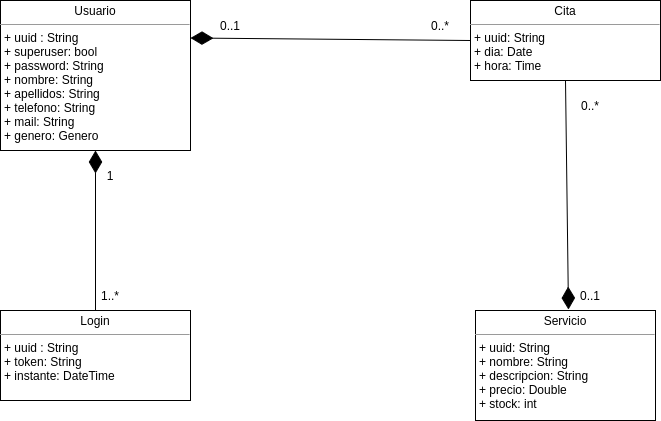
Above: Diagramas/peluqueria.png in Nerd-Geek/PeluqueriaDAM (draw.io), before the change. Source tidied: cells renumbered, new cells last; positions are measured from the earlier drawing's top-left corner, leaving out a move shared by most shapes.
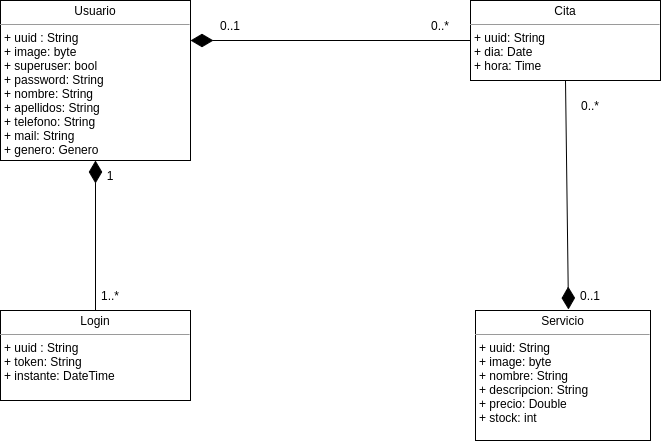
The same diagram one commit later.

Commit message:
Modificado-diagrama

Diff of the diagram source:
```diff
@@ -2,14 +2,14 @@
   <root>
     <mxCell id="0" />
     <mxCell id="1" parent="0" />
-    <mxCell id="2" value="&lt;p style=&quot;margin: 0px ; margin-top: 4px ; text-align: center&quot;&gt;Usuario&lt;/p&gt;&lt;hr size=&quot;1&quot;&gt;&lt;p style=&quot;margin: 0px ; margin-left: 4px&quot;&gt;+ uuid : String&lt;br&gt;&lt;/p&gt;&lt;p style=&quot;margin: 0px ; margin-left: 4px&quot;&gt;+ superuser: bool&lt;/p&gt;&lt;p style=&quot;margin: 0px ; margin-left: 4px&quot;&gt;+ password: String&lt;/p&gt;&lt;p style=&quot;margin: 0px ; margin-left: 4px&quot;&gt;+ nombre: String&lt;/p&gt;&lt;p style=&quot;margin: 0px ; margin-left: 4px&quot;&gt;+ apellidos: String&lt;/p&gt;&lt;p style=&quot;margin: 0px ; margin-left: 4px&quot;&gt;+ telefono: String&lt;/p&gt;&lt;p style=&quot;margin: 0px ; margin-left: 4px&quot;&gt;+ mail: String&lt;/p&gt;&lt;p style=&quot;margin: 0px ; margin-left: 4px&quot;&gt;+ genero: Genero&lt;/p&gt;" style="verticalAlign=top;align=left;overflow=fill;fontSize=12;fontFamily=Helvetica;html=1;rounded=0;shadow=0;comic=0;labelBackgroundColor=none;strokeWidth=1;" parent="1" vertex="1">
-      <mxGeometry width="190" height="150" as="geometry" />
+    <mxCell id="2" value="&lt;p style=&quot;margin: 0px ; margin-top: 4px ; text-align: center&quot;&gt;Usuario&lt;/p&gt;&lt;hr size=&quot;1&quot;&gt;&lt;p style=&quot;margin: 0px ; margin-left: 4px&quot;&gt;+ uuid : String&lt;br&gt;&lt;/p&gt;&lt;p style=&quot;margin: 0px ; margin-left: 4px&quot;&gt;+ image: byte&lt;/p&gt;&lt;p style=&quot;margin: 0px ; margin-left: 4px&quot;&gt;+ superuser: bool&lt;/p&gt;&lt;p style=&quot;margin: 0px ; margin-left: 4px&quot;&gt;+ password: String&lt;/p&gt;&lt;p style=&quot;margin: 0px ; margin-left: 4px&quot;&gt;+ nombre: String&lt;/p&gt;&lt;p style=&quot;margin: 0px ; margin-left: 4px&quot;&gt;+ apellidos: String&lt;/p&gt;&lt;p style=&quot;margin: 0px ; margin-left: 4px&quot;&gt;+ telefono: String&lt;/p&gt;&lt;p style=&quot;margin: 0px ; margin-left: 4px&quot;&gt;+ mail: String&lt;/p&gt;&lt;p style=&quot;margin: 0px ; margin-left: 4px&quot;&gt;+ genero: Genero&lt;/p&gt;" style="verticalAlign=top;align=left;overflow=fill;fontSize=12;fontFamily=Helvetica;html=1;rounded=0;shadow=0;comic=0;labelBackgroundColor=none;strokeWidth=1;" parent="1" vertex="1">
+      <mxGeometry width="190" height="160" as="geometry" />
     </mxCell>
     <mxCell id="3" value="&lt;p style=&quot;margin: 0px ; margin-top: 4px ; text-align: center&quot;&gt;Cita&lt;/p&gt;&lt;hr size=&quot;1&quot;&gt;&lt;p style=&quot;margin: 0px ; margin-left: 4px&quot;&gt;+ uuid: String&lt;/p&gt;&lt;p style=&quot;margin: 0px ; margin-left: 4px&quot;&gt;+ dia: Date&lt;/p&gt;&lt;p style=&quot;margin: 0px ; margin-left: 4px&quot;&gt;+ hora: Time&lt;/p&gt;" style="verticalAlign=top;align=left;overflow=fill;fontSize=12;fontFamily=Helvetica;html=1;rounded=0;shadow=0;comic=0;labelBackgroundColor=none;strokeWidth=1;" parent="1" vertex="1">
       <mxGeometry x="470" width="190" height="80" as="geometry" />
     </mxCell>
-    <mxCell id="4" value="&lt;p style=&quot;margin: 0px ; margin-top: 4px ; text-align: center&quot;&gt;Servicio&lt;/p&gt;&lt;hr size=&quot;1&quot;&gt;&lt;p style=&quot;margin: 0px ; margin-left: 4px&quot;&gt;+ uuid: String&lt;/p&gt;&lt;p style=&quot;margin: 0px ; margin-left: 4px&quot;&gt;+ nombre: String&lt;/p&gt;&lt;p style=&quot;margin: 0px ; margin-left: 4px&quot;&gt;+ descripcion: String&lt;/p&gt;&lt;p style=&quot;margin: 0px ; margin-left: 4px&quot;&gt;+ precio: Double&lt;/p&gt;&lt;p style=&quot;margin: 0px ; margin-left: 4px&quot;&gt;+ stock: int&lt;/p&gt;" style="verticalAlign=top;align=left;overflow=fill;fontSize=12;fontFamily=Helvetica;html=1;rounded=0;shadow=0;comic=0;labelBackgroundColor=none;strokeWidth=1;" parent="1" vertex="1">
-      <mxGeometry x="475" y="310" width="180" height="110" as="geometry" />
+    <mxCell id="4" value="&lt;p style=&quot;margin: 0px ; margin-top: 4px ; text-align: center&quot;&gt;Servicio&lt;/p&gt;&lt;hr size=&quot;1&quot;&gt;&lt;p style=&quot;margin: 0px ; margin-left: 4px&quot;&gt;+ uuid: String&lt;/p&gt;&lt;p style=&quot;margin: 0px ; margin-left: 4px&quot;&gt;+ image: byte&lt;/p&gt;&lt;p style=&quot;margin: 0px ; margin-left: 4px&quot;&gt;+ nombre: String&lt;/p&gt;&lt;p style=&quot;margin: 0px ; margin-left: 4px&quot;&gt;+ descripcion: String&lt;/p&gt;&lt;p style=&quot;margin: 0px ; margin-left: 4px&quot;&gt;+ precio: Double&lt;/p&gt;&lt;p style=&quot;margin: 0px ; margin-left: 4px&quot;&gt;+ stock: int&lt;/p&gt;" style="verticalAlign=top;align=left;overflow=fill;fontSize=12;fontFamily=Helvetica;html=1;rounded=0;shadow=0;comic=0;labelBackgroundColor=none;strokeWidth=1;" parent="1" vertex="1">
+      <mxGeometry x="475" y="310" width="175" height="130" as="geometry" />
     </mxCell>
     <mxCell id="5" value="&lt;p style=&quot;margin: 0px ; margin-top: 4px ; text-align: center&quot;&gt;Login&lt;/p&gt;&lt;hr size=&quot;1&quot;&gt;&lt;p style=&quot;margin: 0px ; margin-left: 4px&quot;&gt;+ uuid : String&lt;br&gt;&lt;/p&gt;&lt;p style=&quot;margin: 0px ; margin-left: 4px&quot;&gt;+ token: String&lt;/p&gt;&lt;p style=&quot;margin: 0px ; margin-left: 4px&quot;&gt;+ instante: DateTime&lt;/p&gt;" style="verticalAlign=top;align=left;overflow=fill;fontSize=12;fontFamily=Helvetica;html=1;rounded=0;shadow=0;comic=0;labelBackgroundColor=none;strokeWidth=1;" parent="1" vertex="1">
       <mxGeometry y="310" width="190" height="90" as="geometry" />
```
